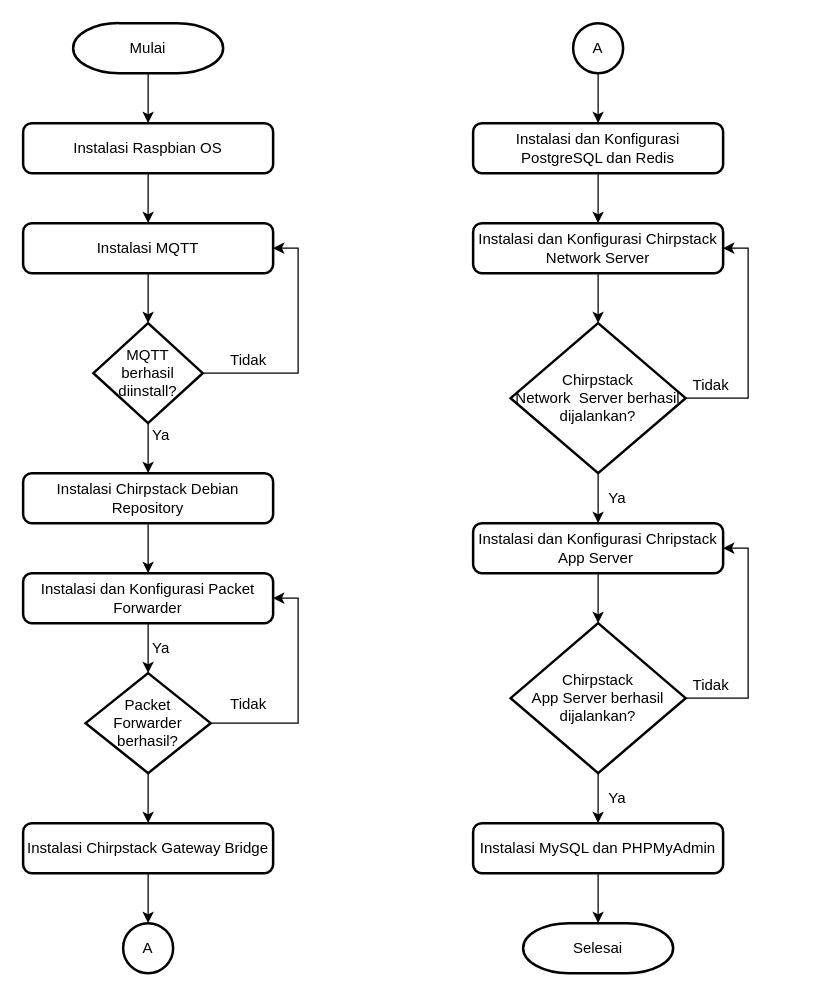
Earlier version of the draw.io diagram page "gateway" (6 of 6) of Untitled Diagram.drawio (titisnadela/MyPanel). Source tidied: cells renumbered, new cells numbered last; positions are measured from the earlier drawing's top-left corner, leaving out a move shared by most shapes. Both pictures are drawn from the tidied source at 125%, with x=0, y=0 at pixel (22, 22).
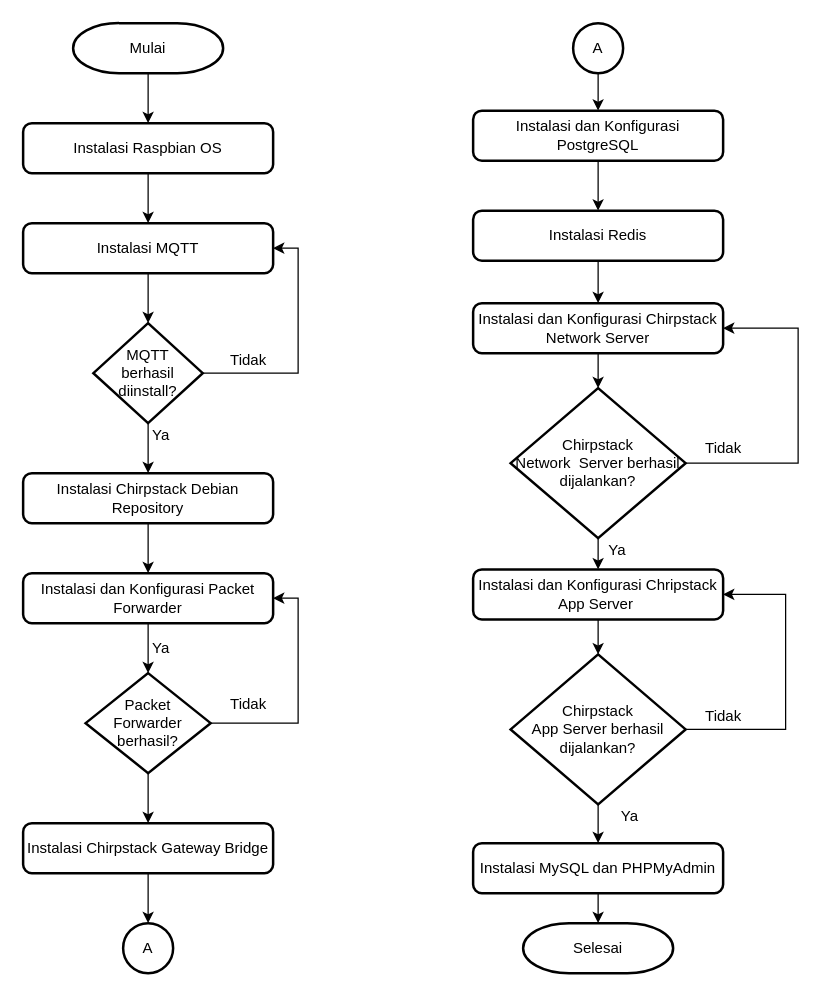
Above is the later version.

What changed in the source:
```diff
@@
-    <mxCell id="20" style="edgeStyle=orthogonalEdgeStyle;rounded=0;jettySize=auto;html=1;" parent="1" edge="1" source="21" target="23">
-      <mxGeometry relative="1" as="geometry" />
-    </mxCell>
+    <mxCell id="46" style="edgeStyle=orthogonalEdgeStyle;rounded=0;jettySize=auto;html=1;" parent="1" edge="1" source="21" target="48">
+      <mxGeometry relative="1" as="geometry" />
+    </mxCell>
-    <mxCell id="21" value="Instalasi dan Konfigurasi PostgreSQL dan Redis" style="rounded=1;whiteSpace=wrap;html=1;absoluteArcSize=1;arcSize=14;strokeWidth=2;" parent="1" vertex="1">
-      <mxGeometry x="360" y="80" width="200" height="40" as="geometry" />
+    <mxCell id="21" value="Instalasi dan Konfigurasi PostgreSQL" style="rounded=1;whiteSpace=wrap;html=1;absoluteArcSize=1;arcSize=14;strokeWidth=2;" parent="1" vertex="1">
+      <mxGeometry x="360" y="70" width="200" height="40" as="geometry" />
     </mxCell>
@@
     <mxCell id="23" value="Instalasi dan Konfigurasi Chirpstack Network Server" style="rounded=1;whiteSpace=wrap;html=1;absoluteArcSize=1;arcSize=14;strokeWidth=2;" parent="1" vertex="1">
-      <mxGeometry x="360" y="160" width="200" height="40" as="geometry" />
+      <mxGeometry x="360" y="224" width="200" height="40" as="geometry" />
     </mxCell>
+    <mxCell id="25" style="edgeStyle=orthogonalEdgeStyle;rounded=0;jettySize=auto;html=1;" parent="1" edge="1" source="26" target="28">
+      <mxGeometry relative="1" as="geometry" />
+    </mxCell>
-    <mxCell id="24" style="edgeStyle=orthogonalEdgeStyle;rounded=0;jettySize=auto;html=1;entryX=1;entryY=0.5;entryDx=0;entryDy=0;" parent="1" edge="1" source="26" target="23">
+    <mxCell id="24" style="edgeStyle=orthogonalEdgeStyle;rounded=0;jettySize=auto;html=1;entryX=1;entryY=0.5;entryDx=0;entryDy=0;exitX=1;exitY=0.5;exitDx=0;exitDy=0;exitPerimeter=0;" parent="1" edge="1" source="26" target="23">
       <mxGeometry relative="1" as="geometry">
         <Array as="points">
-          <mxPoint x="580" y="300" />
-          <mxPoint x="580" y="180" />
+          <mxPoint x="620" y="352" />
+          <mxPoint x="620" y="244" />
         </Array>
       </mxGeometry>
     </mxCell>
-    <mxCell id="25" style="edgeStyle=orthogonalEdgeStyle;rounded=0;jettySize=auto;html=1;" parent="1" edge="1" source="26" target="28">
-      <mxGeometry relative="1" as="geometry" />
-    </mxCell>
     <mxCell id="26" value="Chirpstack &lt;br&gt;Network&amp;nbsp; Server berhasil dijalankan?" style="strokeWidth=2;html=1;shape=mxgraph.flowchart.decision;whiteSpace=wrap;" parent="1" vertex="1">
-      <mxGeometry x="390" y="240" width="140" height="120" as="geometry" />
+      <mxGeometry x="390" y="292" width="140" height="120" as="geometry" />
     </mxCell>
@@
     <mxCell id="28" value="Instalasi dan Konfigurasi Chripstack App Server&amp;nbsp;" style="rounded=1;whiteSpace=wrap;html=1;absoluteArcSize=1;arcSize=14;strokeWidth=2;" parent="1" vertex="1">
-      <mxGeometry x="360" y="400" width="200" height="40" as="geometry" />
+      <mxGeometry x="360" y="437" width="200" height="40" as="geometry" />
     </mxCell>
@@
-    <mxCell id="30" style="edgeStyle=orthogonalEdgeStyle;rounded=0;jettySize=auto;html=1;entryX=1;entryY=0.5;entryDx=0;entryDy=0;" parent="1" edge="1" source="31" target="28">
+    <mxCell id="30" style="edgeStyle=orthogonalEdgeStyle;rounded=0;jettySize=auto;html=1;entryX=1;entryY=0.5;entryDx=0;entryDy=0;exitX=1;exitY=0.5;exitDx=0;exitDy=0;exitPerimeter=0;" parent="1" edge="1" source="31" target="28">
       <mxGeometry relative="1" as="geometry">
         <Array as="points">
-          <mxPoint x="580" y="540" />
-          <mxPoint x="580" y="420" />
+          <mxPoint x="610" y="565" />
+          <mxPoint x="610" y="457" />
         </Array>
       </mxGeometry>
     </mxCell>
     <mxCell id="31" value="Chirpstack &lt;br&gt;App Server berhasil dijalankan?" style="strokeWidth=2;html=1;shape=mxgraph.flowchart.decision;whiteSpace=wrap;" parent="1" vertex="1">
-      <mxGeometry x="390" y="480" width="140" height="120" as="geometry" />
+      <mxGeometry x="390" y="505" width="140" height="120" as="geometry" />
     </mxCell>
@@
     <mxCell id="33" value="Instalasi MySQL dan PHPMyAdmin" style="rounded=1;whiteSpace=wrap;html=1;absoluteArcSize=1;arcSize=14;strokeWidth=2;" parent="1" vertex="1">
-      <mxGeometry x="360" y="640" width="200" height="40" as="geometry" />
+      <mxGeometry x="360" y="656" width="200" height="40" as="geometry" />
     </mxCell>
@@
-    <mxCell id="42" value="Ya" style="text;html=1;align=center;verticalAlign=middle;" parent="1" vertex="1">
-      <mxGeometry x="460" y="370" width="30" height="20" as="geometry" />
-    </mxCell>
     <mxCell id="43" value="Tidak" style="text;html=1;align=center;verticalAlign=middle;" parent="1" vertex="1">
-      <mxGeometry x="530" y="280" width="40" height="20" as="geometry" />
+      <mxGeometry x="540" y="330" width="40" height="20" as="geometry" />
     </mxCell>
-    <mxCell id="44" value="Ya" style="text;html=1;align=center;verticalAlign=middle;" parent="1" vertex="1">
-      <mxGeometry x="460" y="610" width="30" height="20" as="geometry" />
-    </mxCell>
     <mxCell id="45" value="Tidak" style="text;html=1;align=center;verticalAlign=middle;" parent="1" vertex="1">
-      <mxGeometry x="530" y="520" width="40" height="20" as="geometry" />
+      <mxGeometry x="540" y="545" width="40" height="20" as="geometry" />
     </mxCell>
+    <mxCell id="47" style="edgeStyle=orthogonalEdgeStyle;rounded=0;jettySize=auto;html=1;" parent="1" edge="1" source="48" target="23">
+      <mxGeometry relative="1" as="geometry" />
+    </mxCell>
+    <mxCell id="48" value="Instalasi Redis" style="rounded=1;whiteSpace=wrap;html=1;absoluteArcSize=1;arcSize=14;strokeWidth=2;" parent="1" vertex="1">
+      <mxGeometry x="360" y="150" width="200" height="40" as="geometry" />
+    </mxCell>
+    <mxCell id="49" value="Ya" style="text;html=1;align=center;verticalAlign=middle;" parent="1" vertex="1">
+      <mxGeometry x="470" y="625" width="30" height="20" as="geometry" />
+    </mxCell>
+    <mxCell id="50" value="Ya" style="text;html=1;align=center;verticalAlign=middle;" parent="1" vertex="1">
+      <mxGeometry x="460" y="412" width="30" height="20" as="geometry" />
+    </mxCell>
```
